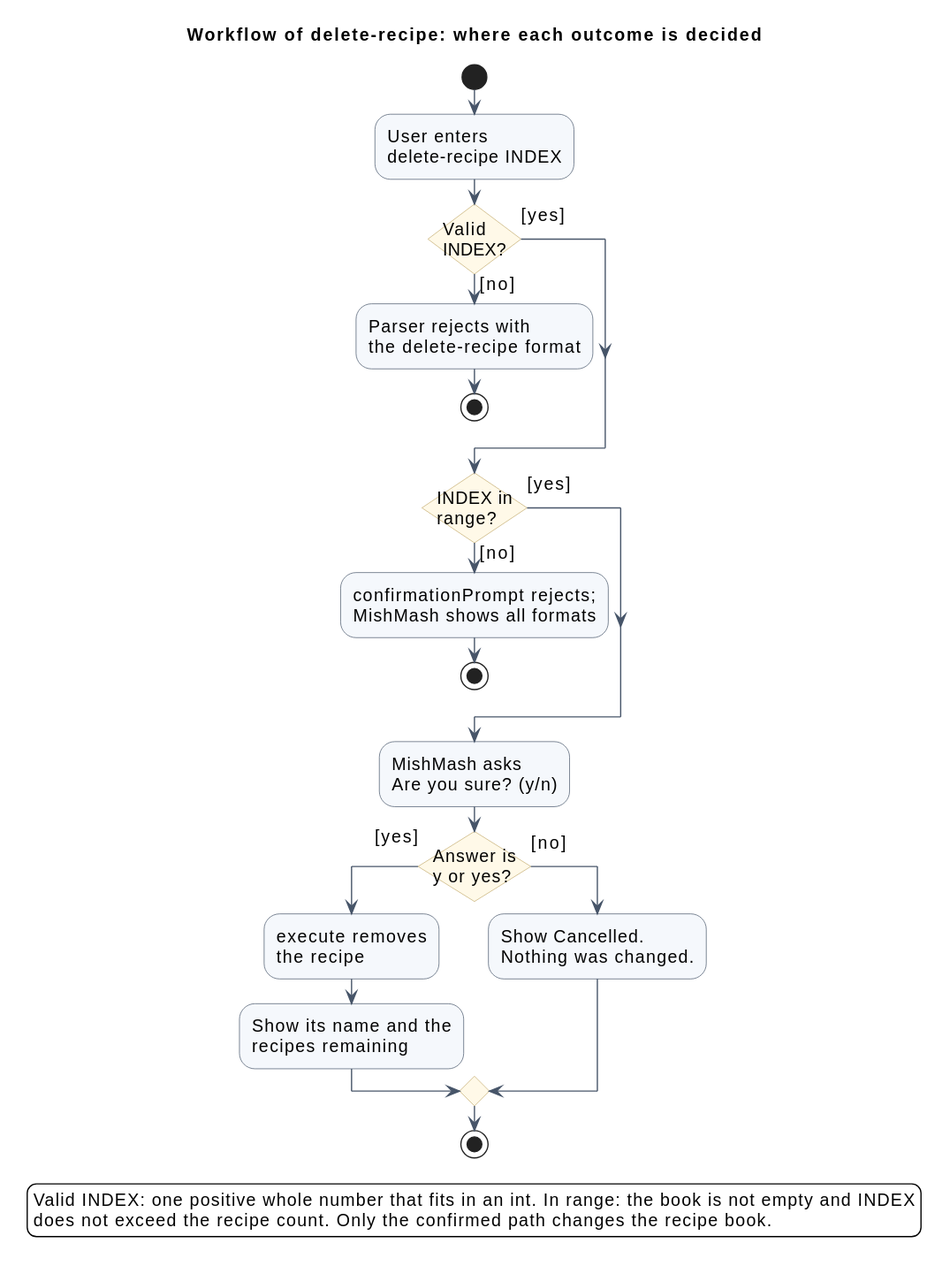
This is docs/images/neil0618/delete-recipe/flow.svg from Rixte/tp, a PlantUML export, as it was before one commit.
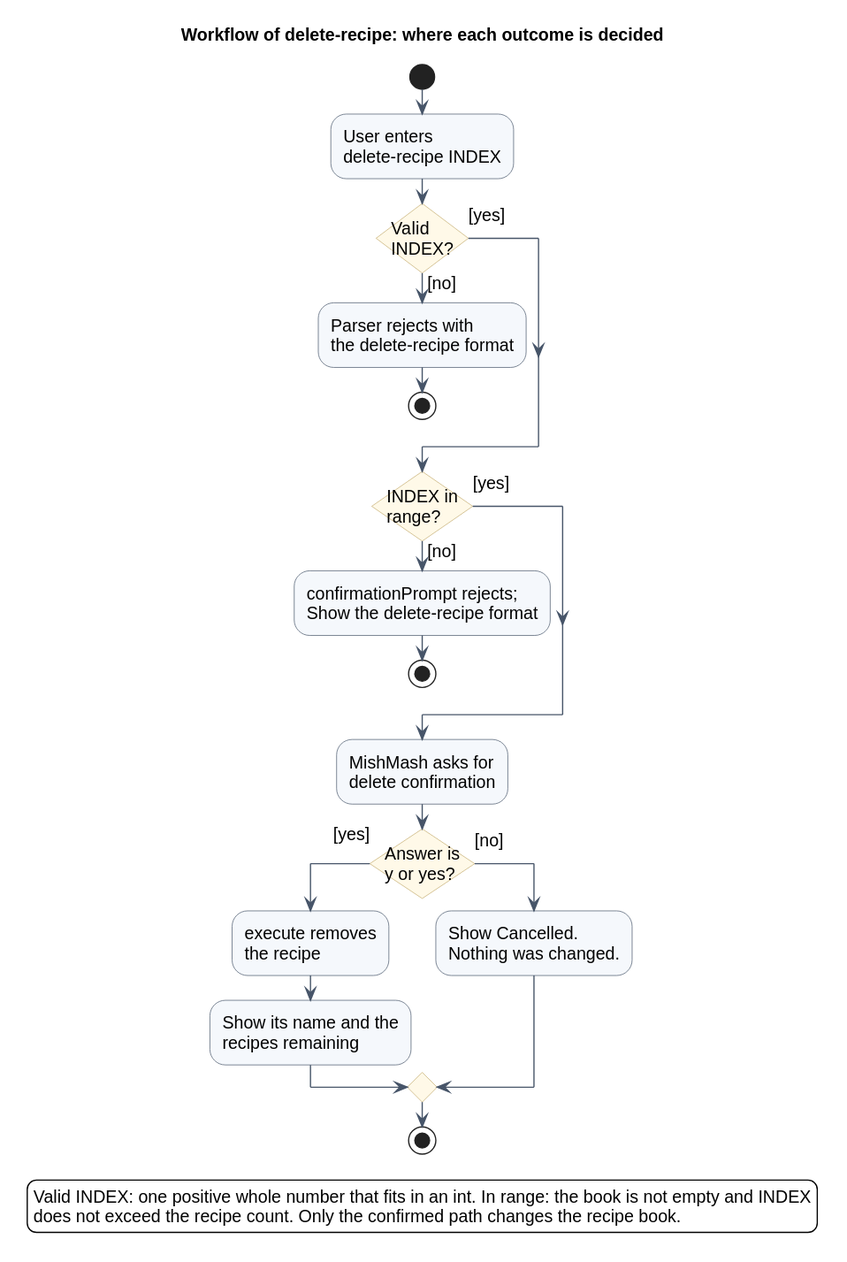
Above is the later version.

What changed in the source:
```diff
@@ -16,11 +16,11 @@
 else ([yes])
 endif
 if (INDEX in\nrange?) then ([no])
-  :confirmationPrompt rejects;\nMishMash shows all formats;
+  :confirmationPrompt rejects;\nShow the delete-recipe format;
   stop
 else ([yes])
 endif
-:MishMash asks\nAre you sure? (y/n);
+:MishMash asks for\ndelete confirmation;
 if (Answer is\ny or yes?) then ([yes])
   :execute removes\nthe recipe;
   :Show its name and the\nrecipes remaining;
```
